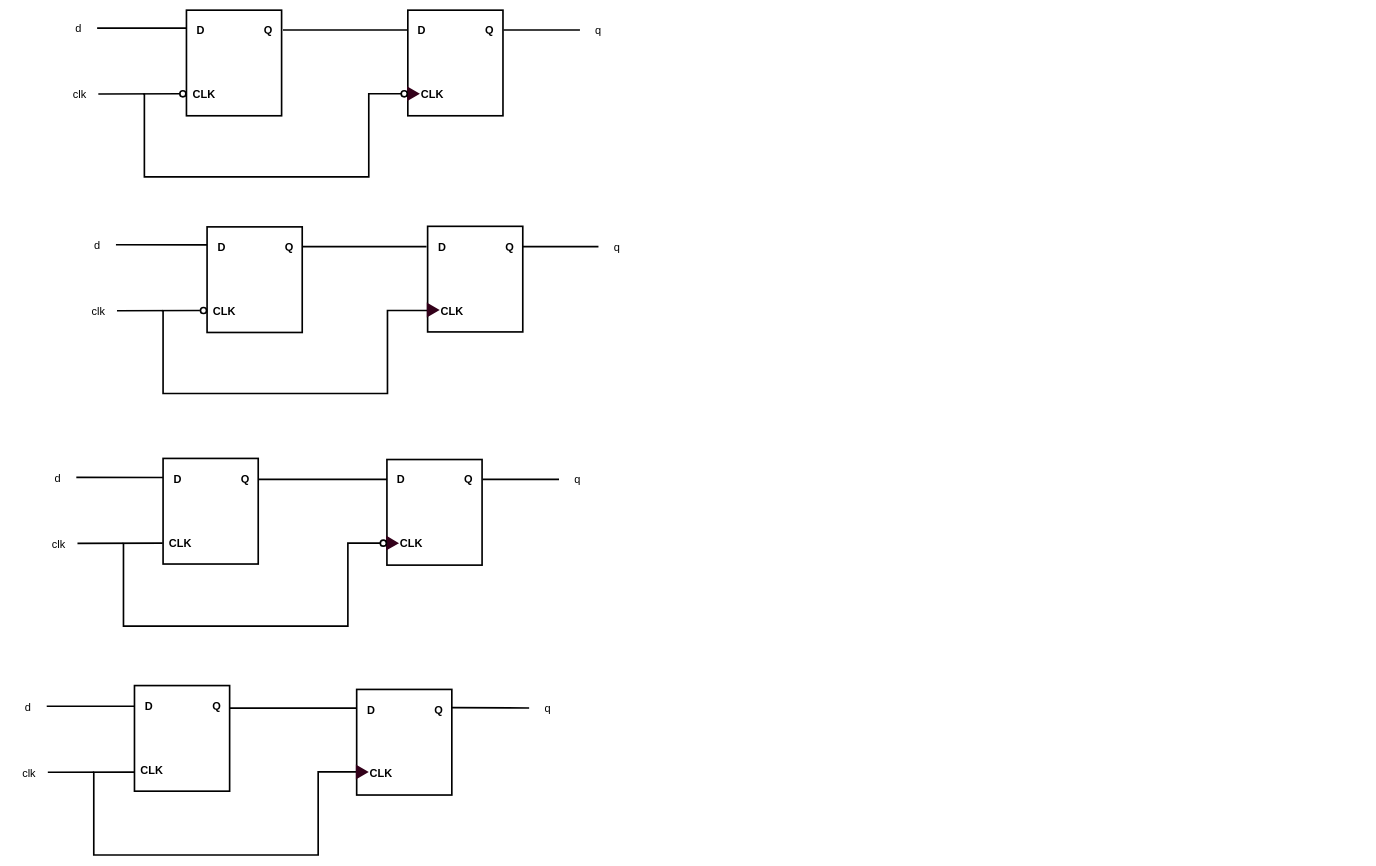
Above: Latch-FF.drawio in T-Maharshi-Sanand-Yadav/draw.io (draw.io), before the change. Source tidied: cells renumbered, new cells numbered last; positions are measured from the earlier drawing's top-left corner, leaving out a move shared by most shapes. Both pictures are drawn from the tidied source at 55%, with x=0, y=0 at pixel (9, 10).
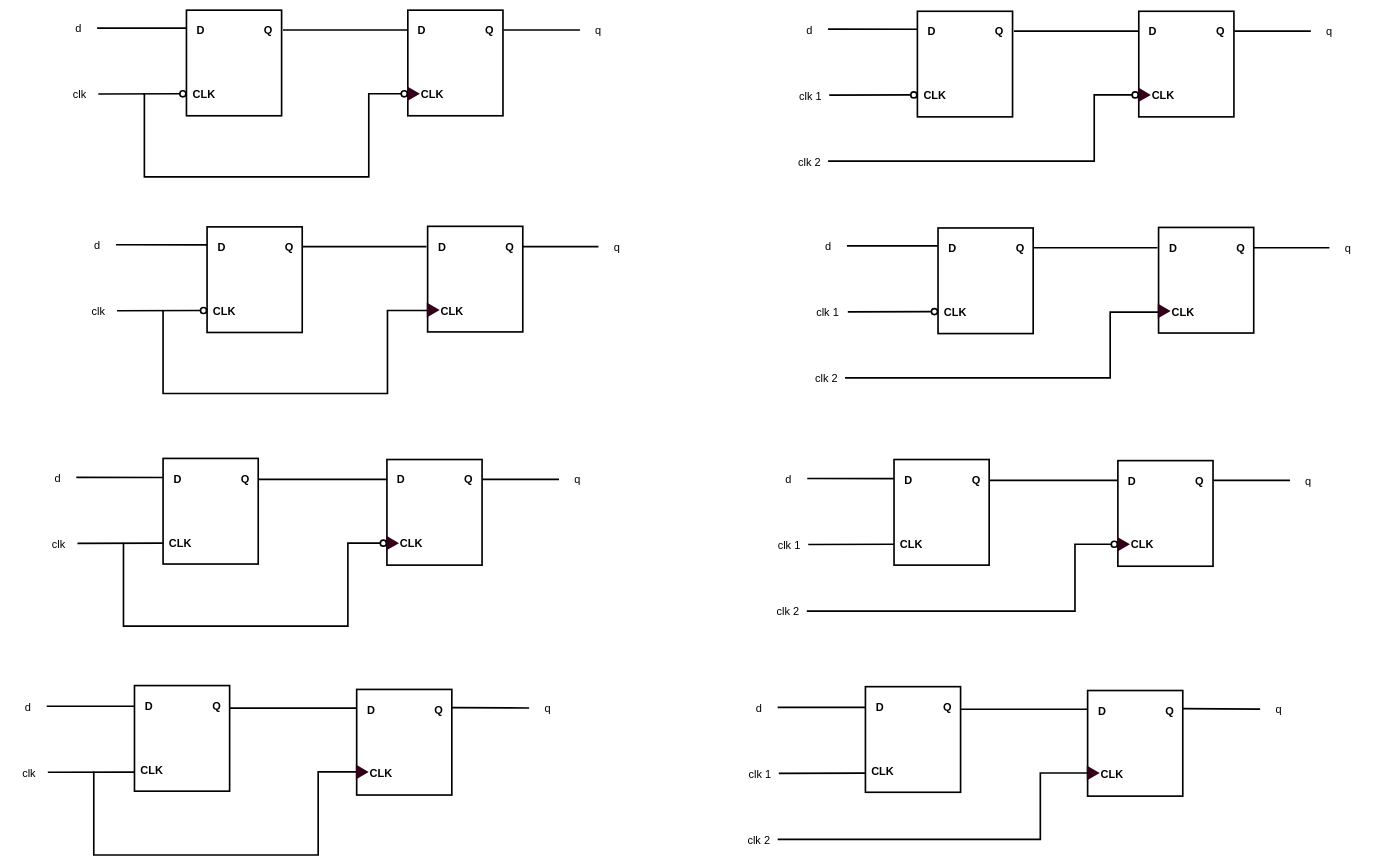
After the change.

Diff of the diagram source:
```diff
@@
+    <mxCell id="74" style="rounded=0;whiteSpace=wrap;html=1;strokeWidth=3;fontSize=20;fontStyle=1;" parent="1" vertex="1">
+      <mxGeometry x="2053" y="2" width="173" height="192" as="geometry" />
+    </mxCell>
+    <mxCell id="75" value="D" style="text;html=1;align=center;verticalAlign=middle;strokeColor=none;fillColor=none;strokeWidth=3;fontSize=20;fontStyle=1;" parent="1" vertex="1">
+      <mxGeometry x="2058" y="18" width="40" height="40" as="geometry" />
+    </mxCell>
+    <mxCell id="76" value="CLK" style="text;html=1;align=center;verticalAlign=middle;strokeColor=none;fillColor=none;strokeWidth=3;fontSize=20;fontStyle=1;" parent="1" vertex="1">
+      <mxGeometry x="2067" y="134" width="60" height="40" as="geometry" />
+    </mxCell>
+    <mxCell id="77" value="Q" style="text;html=1;align=center;verticalAlign=middle;strokeColor=none;fillColor=none;strokeWidth=3;fontSize=20;fontStyle=1;" parent="1" vertex="1">
+      <mxGeometry x="2181" y="18" width="40" height="40" as="geometry" />
+    </mxCell>
+    <mxCell id="78" style="triangle;whiteSpace=wrap;html=1;strokeWidth=3;fillColor=#33001A;strokeColor=#33001A;fontColor=#ffffff;" parent="1" vertex="1">
+      <mxGeometry x="2053" y="143" width="19" height="22" as="geometry" />
+    </mxCell>
+    <mxCell id="79" style="ellipse;whiteSpace=wrap;html=1;strokeWidth=3;" parent="1" vertex="1">
+      <mxGeometry x="2041" y="148.5" width="11" height="11" as="geometry" />
+    </mxCell>
+    <mxCell id="80" style="rounded=0;jettySize=auto;html=1;exitX=1;exitY=0.5;exitDx=0;exitDy=0;endArrow=none;endFill=0;strokeWidth=3;entryX=0;entryY=0.5;entryDx=0;entryDy=0;" parent="1" edge="1" source="81">
+      <mxGeometry relative="1" as="geometry">
+        <mxPoint x="1641" y="154" as="targetPoint" />
+      </mxGeometry>
+    </mxCell>
+    <mxCell id="81" value="clk 1" style="rounded=0;whiteSpace=wrap;html=1;strokeColor=none;fontSize=20;" parent="1" vertex="1">
+      <mxGeometry x="1423" y="137" width="67" height="35" as="geometry" />
+    </mxCell>
+    <mxCell id="82" style="rounded=0;jettySize=auto;html=1;exitX=1;exitY=0.5;exitDx=0;exitDy=0;endArrow=none;endFill=0;strokeWidth=3;entryX=0.005;entryY=0.17;entryDx=0;entryDy=0;entryPerimeter=0;" parent="1" edge="1" source="83">
+      <mxGeometry relative="1" as="geometry">
+        <mxPoint x="1653.9" y="34.6" as="targetPoint" />
+      </mxGeometry>
+    </mxCell>
+    <mxCell id="83" value="d" style="rounded=0;whiteSpace=wrap;html=1;strokeColor=none;fontSize=20;" parent="1" vertex="1">
+      <mxGeometry x="1421" y="17" width="67" height="35" as="geometry" />
+    </mxCell>
+    <mxCell id="84" style="rounded=0;orthogonalLoop=1;jettySize=auto;html=1;endArrow=none;endFill=0;strokeWidth=3;" parent="1" edge="1">
+      <mxGeometry relative="1" as="geometry">
+        <mxPoint x="1826" y="38" as="sourcePoint" />
+        <mxPoint x="2053" y="38" as="targetPoint" />
+      </mxGeometry>
+    </mxCell>
+    <mxCell id="85" style="edgeStyle=orthogonalEdgeStyle;rounded=0;jettySize=auto;html=1;strokeWidth=3;endArrow=none;endFill=0;" parent="1" edge="1" source="86">
+      <mxGeometry relative="1" as="geometry">
+        <mxPoint x="2227" y="38" as="targetPoint" />
+      </mxGeometry>
+    </mxCell>
+    <mxCell id="86" value="q" style="rounded=0;whiteSpace=wrap;html=1;strokeColor=none;fontSize=20;" parent="1" vertex="1">
+      <mxGeometry x="2366" y="20.5" width="67" height="35" as="geometry" />
+    </mxCell>
+    <mxCell id="87" style="rounded=0;orthogonalLoop=1;jettySize=auto;html=1;exitX=1;exitY=0.5;exitDx=0;exitDy=0;endArrow=none;endFill=0;strokeWidth=3;entryX=0;entryY=0.5;entryDx=0;entryDy=0;" parent="1" edge="1">
+      <mxGeometry relative="1" as="geometry">
+        <mxPoint x="1524" y="548.5" as="sourcePoint" />
+        <mxPoint x="1675" y="548" as="targetPoint" />
+      </mxGeometry>
+    </mxCell>
+    <mxCell id="88" style="rounded=0;jettySize=auto;html=1;exitX=1;exitY=0.5;exitDx=0;exitDy=0;endArrow=none;endFill=0;strokeWidth=3;entryX=0.005;entryY=0.17;entryDx=0;entryDy=0;entryPerimeter=0;" parent="1" edge="1" source="89">
+      <mxGeometry relative="1" as="geometry">
+        <mxPoint x="1687.9" y="428.6" as="targetPoint" />
+      </mxGeometry>
+    </mxCell>
+    <mxCell id="89" value="d" style="rounded=0;whiteSpace=wrap;html=1;strokeColor=none;fontSize=20;" parent="1" vertex="1">
+      <mxGeometry x="1455" y="411" width="67" height="35" as="geometry" />
+    </mxCell>
+    <mxCell id="90" style="rounded=0;orthogonalLoop=1;jettySize=auto;html=1;endArrow=none;endFill=0;strokeWidth=3;" parent="1" edge="1">
+      <mxGeometry relative="1" as="geometry">
+        <mxPoint x="1860" y="432" as="sourcePoint" />
+        <mxPoint x="2087" y="432" as="targetPoint" />
+      </mxGeometry>
+    </mxCell>
+    <mxCell id="91" style="edgeStyle=orthogonalEdgeStyle;rounded=0;jettySize=auto;html=1;strokeWidth=3;endArrow=none;endFill=0;" parent="1" edge="1" source="92">
+      <mxGeometry relative="1" as="geometry">
+        <mxPoint x="2261" y="432" as="targetPoint" />
+      </mxGeometry>
+    </mxCell>
+    <mxCell id="92" value="q" style="rounded=0;whiteSpace=wrap;html=1;strokeColor=none;fontSize=20;" parent="1" vertex="1">
+      <mxGeometry x="2400" y="414.5" width="67" height="35" as="geometry" />
+    </mxCell>
+    <mxCell id="93" style="rounded=0;whiteSpace=wrap;html=1;strokeWidth=3;fontSize=20;fontStyle=1;" parent="1" vertex="1">
+      <mxGeometry x="2089" y="395" width="173" height="192" as="geometry" />
+    </mxCell>
+    <mxCell id="94" value="D" style="text;html=1;align=center;verticalAlign=middle;strokeColor=none;fillColor=none;strokeWidth=3;fontSize=20;fontStyle=1;" parent="1" vertex="1">
+      <mxGeometry x="2098" y="413" width="33" height="37" as="geometry" />
+    </mxCell>
+    <mxCell id="95" value="CLK" style="text;html=1;align=center;verticalAlign=middle;strokeColor=none;fillColor=none;strokeWidth=3;fontSize=20;fontStyle=1;" parent="1" vertex="1">
+      <mxGeometry x="2104" y="529" width="58" height="37" as="geometry" />
+    </mxCell>
+    <mxCell id="96" value="Q" style="text;html=1;align=center;verticalAlign=middle;strokeColor=none;fillColor=none;strokeWidth=3;fontSize=20;fontStyle=1;" parent="1" vertex="1">
+      <mxGeometry x="2220" y="413" width="35" height="37" as="geometry" />
+    </mxCell>
+    <mxCell id="97" style="triangle;whiteSpace=wrap;html=1;strokeWidth=3;fillColor=#33001A;strokeColor=#33001A;fontColor=#ffffff;" parent="1" vertex="1">
+      <mxGeometry x="2089" y="536" width="19" height="22" as="geometry" />
+    </mxCell>
+    <mxCell id="98" style="rounded=0;whiteSpace=wrap;html=1;strokeWidth=3;fontSize=20;fontStyle=1;" parent="1" vertex="1">
+      <mxGeometry x="2015" y="819" width="173" height="192" as="geometry" />
+    </mxCell>
+    <mxCell id="99" value="D" style="text;html=1;align=center;verticalAlign=middle;strokeColor=none;fillColor=none;strokeWidth=3;fontSize=20;fontStyle=1;" parent="1" vertex="1">
+      <mxGeometry x="2020" y="835" width="40" height="40" as="geometry" />
+    </mxCell>
+    <mxCell id="100" value="CLK" style="text;html=1;align=center;verticalAlign=middle;strokeColor=none;fillColor=none;strokeWidth=3;fontSize=20;fontStyle=1;" parent="1" vertex="1">
+      <mxGeometry x="2029" y="951" width="60" height="40" as="geometry" />
+    </mxCell>
+    <mxCell id="101" value="Q" style="text;html=1;align=center;verticalAlign=middle;strokeColor=none;fillColor=none;strokeWidth=3;fontSize=20;fontStyle=1;" parent="1" vertex="1">
+      <mxGeometry x="2143" y="835" width="40" height="40" as="geometry" />
+    </mxCell>
+    <mxCell id="102" style="triangle;whiteSpace=wrap;html=1;strokeWidth=3;fillColor=#33001A;strokeColor=#33001A;fontColor=#ffffff;" parent="1" vertex="1">
+      <mxGeometry x="2015" y="960" width="19" height="22" as="geometry" />
+    </mxCell>
+    <mxCell id="103" style="ellipse;whiteSpace=wrap;html=1;strokeWidth=3;" parent="1" vertex="1">
+      <mxGeometry x="2003" y="965.5" width="11" height="11" as="geometry" />
+    </mxCell>
+    <mxCell id="104" style="rounded=0;jettySize=auto;html=1;exitX=1;exitY=0.5;exitDx=0;exitDy=0;endArrow=none;endFill=0;strokeWidth=3;entryX=-0.004;entryY=0.802;entryDx=0;entryDy=0;entryPerimeter=0;" parent="1" edge="1" target="131">
+      <mxGeometry relative="1" as="geometry">
+        <mxPoint x="1452" y="971.5" as="sourcePoint" />
+      </mxGeometry>
+    </mxCell>
+    <mxCell id="105" style="rounded=0;jettySize=auto;html=1;exitX=1;exitY=0.5;exitDx=0;exitDy=0;endArrow=none;endFill=0;strokeWidth=3;entryX=0.005;entryY=0.17;entryDx=0;entryDy=0;entryPerimeter=0;" parent="1" edge="1" source="106">
+      <mxGeometry relative="1" as="geometry">
+        <mxPoint x="1615.9" y="851.6" as="targetPoint" />
+      </mxGeometry>
+    </mxCell>
+    <mxCell id="106" value="d" style="rounded=0;whiteSpace=wrap;html=1;strokeColor=none;fontSize=20;" parent="1" vertex="1">
+      <mxGeometry x="1383" y="834" width="67" height="35" as="geometry" />
+    </mxCell>
+    <mxCell id="107" style="rounded=0;orthogonalLoop=1;jettySize=auto;html=1;endArrow=none;endFill=0;strokeWidth=3;" parent="1" edge="1">
+      <mxGeometry relative="1" as="geometry">
+        <mxPoint x="1778" y="855" as="sourcePoint" />
+        <mxPoint x="2015" y="855" as="targetPoint" />
+      </mxGeometry>
+    </mxCell>
+    <mxCell id="108" style="edgeStyle=orthogonalEdgeStyle;rounded=0;jettySize=auto;html=1;strokeWidth=3;endArrow=none;endFill=0;" parent="1" edge="1" source="109">
+      <mxGeometry relative="1" as="geometry">
+        <mxPoint x="2189" y="855" as="targetPoint" />
+      </mxGeometry>
+    </mxCell>
+    <mxCell id="109" value="q" style="rounded=0;whiteSpace=wrap;html=1;strokeColor=none;fontSize=20;" parent="1" vertex="1">
+      <mxGeometry x="2328" y="837.5" width="67" height="35" as="geometry" />
+    </mxCell>
+    <mxCell id="110" style="rounded=0;jettySize=auto;html=1;exitX=1;exitY=0.5;exitDx=0;exitDy=0;endArrow=none;endFill=0;strokeWidth=3;entryX=-0.004;entryY=0.819;entryDx=0;entryDy=0;entryPerimeter=0;" parent="1" edge="1" target="135">
+      <mxGeometry relative="1" as="geometry">
+        <mxPoint x="1398" y="1387.5" as="sourcePoint" />
+      </mxGeometry>
+    </mxCell>
+    <mxCell id="111" style="rounded=0;jettySize=auto;html=1;exitX=1;exitY=0.5;exitDx=0;exitDy=0;endArrow=none;endFill=0;strokeWidth=3;entryX=0.005;entryY=0.17;entryDx=0;entryDy=0;entryPerimeter=0;" parent="1" edge="1" source="112">
+      <mxGeometry relative="1" as="geometry">
+        <mxPoint x="1561.9" y="1267.6" as="targetPoint" />
+      </mxGeometry>
+    </mxCell>
+    <mxCell id="112" value="d" style="rounded=0;whiteSpace=wrap;html=1;strokeColor=none;fontSize=20;" parent="1" vertex="1">
+      <mxGeometry x="1329" y="1250" width="67" height="35" as="geometry" />
+    </mxCell>
+    <mxCell id="113" style="rounded=0;orthogonalLoop=1;jettySize=auto;html=1;endArrow=none;endFill=0;strokeWidth=3;" parent="1" edge="1">
+      <mxGeometry relative="1" as="geometry">
+        <mxPoint x="1724" y="1271" as="sourcePoint" />
+        <mxPoint x="1961" y="1271" as="targetPoint" />
+      </mxGeometry>
+    </mxCell>
+    <mxCell id="114" style="rounded=0;jettySize=auto;html=1;strokeWidth=3;endArrow=none;endFill=0;" parent="1" edge="1" source="115">
+      <mxGeometry relative="1" as="geometry">
+        <mxPoint x="2133" y="1270" as="targetPoint" />
+      </mxGeometry>
+    </mxCell>
+    <mxCell id="115" value="q" style="rounded=0;whiteSpace=wrap;html=1;strokeColor=none;fontSize=20;" parent="1" vertex="1">
+      <mxGeometry x="2274" y="1253.5" width="67" height="35" as="geometry" />
+    </mxCell>
+    <mxCell id="116" style="rounded=0;whiteSpace=wrap;html=1;strokeWidth=3;fontSize=20;fontStyle=1;" parent="1" vertex="1">
+      <mxGeometry x="1960" y="1237" width="173" height="192" as="geometry" />
+    </mxCell>
+    <mxCell id="117" value="D" style="text;html=1;align=center;verticalAlign=middle;strokeColor=none;fillColor=none;strokeWidth=3;fontSize=20;fontStyle=1;" parent="1" vertex="1">
+      <mxGeometry x="1969" y="1255" width="33" height="37" as="geometry" />
+    </mxCell>
+    <mxCell id="118" value="CLK" style="text;html=1;align=center;verticalAlign=middle;strokeColor=none;fillColor=none;strokeWidth=3;fontSize=20;fontStyle=1;" parent="1" vertex="1">
+      <mxGeometry x="1975" y="1369" width="58" height="37" as="geometry" />
+    </mxCell>
+    <mxCell id="119" value="Q" style="text;html=1;align=center;verticalAlign=middle;strokeColor=none;fillColor=none;strokeWidth=3;fontSize=20;fontStyle=1;" parent="1" vertex="1">
+      <mxGeometry x="2091" y="1255" width="35" height="37" as="geometry" />
+    </mxCell>
+    <mxCell id="120" style="triangle;whiteSpace=wrap;html=1;strokeWidth=3;fillColor=#33001A;strokeColor=#33001A;fontColor=#ffffff;" parent="1" vertex="1">
+      <mxGeometry x="1960" y="1376" width="19" height="22" as="geometry" />
+    </mxCell>
+    <mxCell id="121" style="rounded=0;whiteSpace=wrap;html=1;strokeWidth=3;fontSize=20;fontStyle=1;" parent="1" vertex="1">
+      <mxGeometry x="1650.5" y="2" width="173" height="192" as="geometry" />
+    </mxCell>
+    <mxCell id="122" value="D" style="text;html=1;align=center;verticalAlign=middle;strokeColor=none;fillColor=none;strokeWidth=3;fontSize=20;fontStyle=1;" parent="1" vertex="1">
+      <mxGeometry x="1655.5" y="18" width="40" height="40" as="geometry" />
+    </mxCell>
+    <mxCell id="123" value="CLK" style="text;html=1;align=center;verticalAlign=middle;strokeColor=none;fillColor=none;strokeWidth=3;fontSize=20;fontStyle=1;" parent="1" vertex="1">
+      <mxGeometry x="1651.5" y="134" width="60" height="40" as="geometry" />
+    </mxCell>
+    <mxCell id="124" value="Q" style="text;html=1;align=center;verticalAlign=middle;strokeColor=none;fillColor=none;strokeWidth=3;fontSize=20;fontStyle=1;" parent="1" vertex="1">
+      <mxGeometry x="1778.5" y="18" width="40" height="40" as="geometry" />
+    </mxCell>
+    <mxCell id="125" style="ellipse;whiteSpace=wrap;html=1;strokeWidth=3;" parent="1" vertex="1">
+      <mxGeometry x="1638.5" y="148.5" width="11" height="11" as="geometry" />
+    </mxCell>
+    <mxCell id="126" style="rounded=0;whiteSpace=wrap;html=1;strokeWidth=3;fontSize=20;fontStyle=1;" parent="1" vertex="1">
+      <mxGeometry x="1688" y="396" width="173" height="192" as="geometry" />
+    </mxCell>
+    <mxCell id="127" value="D" style="text;html=1;align=center;verticalAlign=middle;strokeColor=none;fillColor=none;strokeWidth=3;fontSize=20;fontStyle=1;" parent="1" vertex="1">
+      <mxGeometry x="1697" y="414" width="33" height="37" as="geometry" />
+    </mxCell>
+    <mxCell id="128" value="CLK" style="text;html=1;align=center;verticalAlign=middle;strokeColor=none;fillColor=none;strokeWidth=3;fontSize=20;fontStyle=1;" parent="1" vertex="1">
+      <mxGeometry x="1690" y="530" width="58" height="37" as="geometry" />
+    </mxCell>
+    <mxCell id="129" value="Q" style="text;html=1;align=center;verticalAlign=middle;strokeColor=none;fillColor=none;strokeWidth=3;fontSize=20;fontStyle=1;" parent="1" vertex="1">
+      <mxGeometry x="1819" y="414" width="35" height="37" as="geometry" />
+    </mxCell>
+    <mxCell id="130" style="ellipse;whiteSpace=wrap;html=1;strokeWidth=3;" parent="1" vertex="1">
+      <mxGeometry x="1676" y="542.5" width="11" height="11" as="geometry" />
+    </mxCell>
+    <mxCell id="131" style="rounded=0;whiteSpace=wrap;html=1;strokeWidth=3;fontSize=20;fontStyle=1;" parent="1" vertex="1">
+      <mxGeometry x="1608" y="817" width="173" height="192" as="geometry" />
+    </mxCell>
+    <mxCell id="132" value="D" style="text;html=1;align=center;verticalAlign=middle;strokeColor=none;fillColor=none;strokeWidth=3;fontSize=20;fontStyle=1;" parent="1" vertex="1">
+      <mxGeometry x="1617" y="835" width="33" height="37" as="geometry" />
+    </mxCell>
+    <mxCell id="133" value="CLK" style="text;html=1;align=center;verticalAlign=middle;strokeColor=none;fillColor=none;strokeWidth=3;fontSize=20;fontStyle=1;" parent="1" vertex="1">
+      <mxGeometry x="1610" y="951" width="58" height="37" as="geometry" />
+    </mxCell>
+    <mxCell id="134" value="Q" style="text;html=1;align=center;verticalAlign=middle;strokeColor=none;fillColor=none;strokeWidth=3;fontSize=20;fontStyle=1;" parent="1" vertex="1">
+      <mxGeometry x="1739" y="835" width="35" height="37" as="geometry" />
+    </mxCell>
+    <mxCell id="135" style="rounded=0;whiteSpace=wrap;html=1;strokeWidth=3;fontSize=20;fontStyle=1;" parent="1" vertex="1">
+      <mxGeometry x="1556" y="1230" width="173" height="192" as="geometry" />
+    </mxCell>
+    <mxCell id="136" value="D" style="text;html=1;align=center;verticalAlign=middle;strokeColor=none;fillColor=none;strokeWidth=3;fontSize=20;fontStyle=1;" parent="1" vertex="1">
+      <mxGeometry x="1565" y="1248" width="33" height="37" as="geometry" />
+    </mxCell>
+    <mxCell id="137" value="CLK" style="text;html=1;align=center;verticalAlign=middle;strokeColor=none;fillColor=none;strokeWidth=3;fontSize=20;fontStyle=1;" parent="1" vertex="1">
+      <mxGeometry x="1558" y="1364" width="58" height="37" as="geometry" />
+    </mxCell>
+    <mxCell id="138" value="Q" style="text;html=1;align=center;verticalAlign=middle;strokeColor=none;fillColor=none;strokeWidth=3;fontSize=20;fontStyle=1;" parent="1" vertex="1">
+      <mxGeometry x="1687" y="1248" width="35" height="37" as="geometry" />
+    </mxCell>
+    <mxCell id="139" style="edgeStyle=orthogonalEdgeStyle;rounded=0;jettySize=auto;html=1;entryX=0;entryY=0.5;entryDx=0;entryDy=0;endArrow=none;endFill=0;strokeWidth=3;" parent="1" edge="1" source="140" target="79">
+      <mxGeometry relative="1" as="geometry">
+        <Array as="points">
+          <mxPoint x="1972" y="274" />
+          <mxPoint x="1972" y="154" />
+        </Array>
+      </mxGeometry>
+    </mxCell>
+    <mxCell id="140" value="clk 2" style="rounded=0;whiteSpace=wrap;html=1;strokeColor=none;fontSize=20;" parent="1" vertex="1">
+      <mxGeometry x="1421" y="257" width="67" height="35" as="geometry" />
+    </mxCell>
+    <mxCell id="141" value="clk 1" style="rounded=0;whiteSpace=wrap;html=1;strokeColor=none;fontSize=20;" parent="1" vertex="1">
+      <mxGeometry x="1454" y="531" width="67" height="35" as="geometry" />
+    </mxCell>
+    <mxCell id="142" value="clk 2" style="rounded=0;whiteSpace=wrap;html=1;strokeColor=none;fontSize=20;" parent="1" vertex="1">
+      <mxGeometry x="1452" y="651" width="67" height="35" as="geometry" />
+    </mxCell>
+    <mxCell id="143" value="clk 1" style="rounded=0;whiteSpace=wrap;html=1;strokeColor=none;fontSize=20;" parent="1" vertex="1">
+      <mxGeometry x="1384" y="955" width="67" height="35" as="geometry" />
+    </mxCell>
+    <mxCell id="144" style="edgeStyle=orthogonalEdgeStyle;rounded=0;jettySize=auto;html=1;entryX=0;entryY=0.5;entryDx=0;entryDy=0;endArrow=none;endFill=0;strokeWidth=3;" parent="1" edge="1" source="145" target="103">
+      <mxGeometry relative="1" as="geometry">
+        <Array as="points">
+          <mxPoint x="1937" y="1092" />
+          <mxPoint x="1937" y="971" />
+        </Array>
+      </mxGeometry>
+    </mxCell>
+    <mxCell id="145" value="clk 2" style="rounded=0;whiteSpace=wrap;html=1;strokeColor=none;fontSize=20;" parent="1" vertex="1">
+      <mxGeometry x="1382" y="1075" width="67" height="35" as="geometry" />
+    </mxCell>
+    <mxCell id="146" value="clk 1" style="rounded=0;whiteSpace=wrap;html=1;strokeColor=none;fontSize=20;" parent="1" vertex="1">
+      <mxGeometry x="1331" y="1370" width="67" height="35" as="geometry" />
+    </mxCell>
+    <mxCell id="147" style="edgeStyle=orthogonalEdgeStyle;rounded=0;jettySize=auto;html=1;entryX=0;entryY=0.5;entryDx=0;entryDy=0;endArrow=none;endFill=0;strokeWidth=3;" parent="1" edge="1" source="148" target="120">
+      <mxGeometry relative="1" as="geometry">
+        <Array as="points">
+          <mxPoint x="1874" y="1507" />
+          <mxPoint x="1874" y="1387" />
+        </Array>
+      </mxGeometry>
+    </mxCell>
+    <mxCell id="148" value="clk 2" style="rounded=0;whiteSpace=wrap;html=1;strokeColor=none;fontSize=20;" parent="1" vertex="1">
+      <mxGeometry x="1329" y="1490" width="67" height="35" as="geometry" />
+    </mxCell>
+    <mxCell id="149" style="edgeStyle=orthogonalEdgeStyle;rounded=0;jettySize=auto;html=1;entryX=-0.001;entryY=0.802;entryDx=0;entryDy=0;entryPerimeter=0;strokeWidth=3;endArrow=none;endFill=0;" parent="1" edge="1" source="142" target="93">
+      <mxGeometry relative="1" as="geometry">
+        <Array as="points">
+          <mxPoint x="2001" y="669" />
+          <mxPoint x="2001" y="549" />
+        </Array>
+      </mxGeometry>
+    </mxCell>
```
